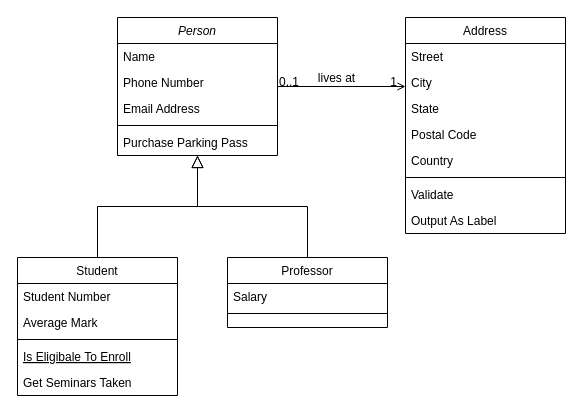
Above: Untitled Diagram.drawio in chiennt1024/ruby1 (draw.io), before the change. Source tidied: cells renumbered, new cells numbered last; positions are measured from the earlier drawing's top-left corner, leaving out a move shared by most shapes. Both pictures are drawn from the tidied source at 100%, with x=0, y=0 at pixel (17, 17).
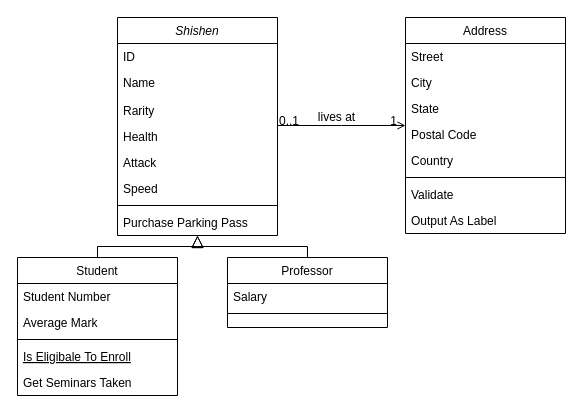
The same diagram, later.

Diff of the diagram source:
```diff
@@
-    <mxCell id="2" value="Person" style="swimlane;fontStyle=2;align=center;verticalAlign=top;horizontal=1;startSize=26;rounded=0;shadow=0;strokeWidth=1;" parent="1" vertex="1">
-      <mxGeometry x="100" width="160" height="138" as="geometry" />
+    <mxCell id="2" value="Shishen" style="swimlane;fontStyle=2;align=center;verticalAlign=top;horizontal=1;startSize=26;rounded=0;shadow=0;strokeWidth=1;" parent="1" vertex="1">
+      <mxGeometry x="100" width="160" height="218" as="geometry" />
     </mxCell>
-    <mxCell id="3" value="Name" style="text;align=left;verticalAlign=top;spacingLeft=4;spacingRight=4;overflow=hidden;" parent="2" vertex="1">
-      <mxGeometry y="26" width="160" height="26" as="geometry" />
-    </mxCell>
+    <mxCell id="32" value="ID" style="text;align=left;verticalAlign=top;spacingLeft=4;spacingRight=4;overflow=hidden;" parent="2" vertex="1">
+      <mxGeometry y="26" width="160" height="26" as="geometry" />
+    </mxCell>
-    <mxCell id="4" value="Phone Number" style="text;align=left;verticalAlign=top;spacingLeft=4;spacingRight=4;overflow=hidden;rounded=0;shadow=0;html=0;" parent="2" vertex="1">
-      <mxGeometry y="52" width="160" height="26" as="geometry" />
+    <mxCell id="4" value="Name" style="text;align=left;verticalAlign=top;spacingLeft=4;spacingRight=4;overflow=hidden;rounded=0;shadow=0;html=0;" parent="2" vertex="1">
+      <mxGeometry y="52" width="160" height="28" as="geometry" />
     </mxCell>
-    <mxCell id="5" value="Email Address" style="text;align=left;verticalAlign=top;spacingLeft=4;spacingRight=4;overflow=hidden;rounded=0;shadow=0;html=0;" parent="2" vertex="1">
-      <mxGeometry y="78" width="160" height="26" as="geometry" />
+    <mxCell id="5" value="Rarity" style="text;align=left;verticalAlign=top;spacingLeft=4;spacingRight=4;overflow=hidden;rounded=0;shadow=0;html=0;" parent="2" vertex="1">
+      <mxGeometry y="80" width="160" height="26" as="geometry" />
     </mxCell>
+    <mxCell id="33" value="Health" style="text;align=left;verticalAlign=top;spacingLeft=4;spacingRight=4;overflow=hidden;rounded=0;shadow=0;html=0;" parent="2" vertex="1">
+      <mxGeometry y="106" width="160" height="26" as="geometry" />
+    </mxCell>
+    <mxCell id="34" value="Attack" style="text;align=left;verticalAlign=top;spacingLeft=4;spacingRight=4;overflow=hidden;rounded=0;shadow=0;html=0;" parent="2" vertex="1">
+      <mxGeometry y="132" width="160" height="26" as="geometry" />
+    </mxCell>
+    <mxCell id="35" value="Speed" style="text;align=left;verticalAlign=top;spacingLeft=4;spacingRight=4;overflow=hidden;rounded=0;shadow=0;html=0;" parent="2" vertex="1">
+      <mxGeometry y="158" width="160" height="26" as="geometry" />
+    </mxCell>
     <mxCell id="6" style="line;html=1;strokeWidth=1;align=left;verticalAlign=middle;spacingTop=-1;spacingLeft=3;spacingRight=3;labelPosition=right;" parent="2" vertex="1">
-      <mxGeometry y="104" width="160" height="8" as="geometry" />
+      <mxGeometry y="184" width="160" height="8" as="geometry" />
     </mxCell>
     <mxCell id="7" value="Purchase Parking Pass" style="text;align=left;verticalAlign=top;spacingLeft=4;spacingRight=4;overflow=hidden;" parent="2" vertex="1">
-      <mxGeometry y="112" width="160" height="26" as="geometry" />
+      <mxGeometry y="192" width="160" height="26" as="geometry" />
     </mxCell>
```
